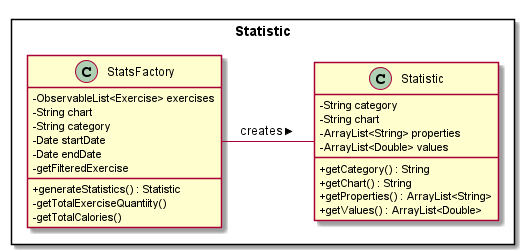
The PlantUML diagram docs/images/StatisticClassDiagram.png in nus-cs2103-AY1920S1/addressbook-level3, before a commit. Its source is kept beside it as docs/diagrams/StatisticClassDiagram.puml.
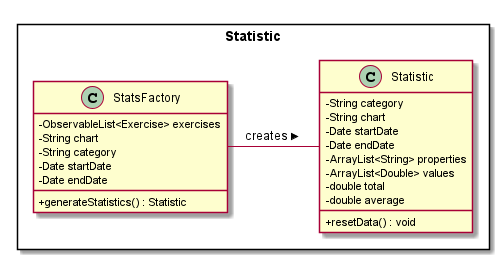
Above is the later version.

What changed in the source:
```diff
@@ -14,20 +14,18 @@
     -Date startDate
     -Date endDate
     +generateStatistics() : Statistic
-    -getTotalExerciseQuantiity()
-    -getTotalCalories()
-    -getFilteredExercise
 }
 
 class Statistic {
     -String category
     -String chart
+    -Date startDate
+    -Date endDate
     -ArrayList<String> properties
     -ArrayList<Double> values
-    +getCategory() : String
-    +getChart() : String
-    +getProperties() : ArrayList<String>
-    +getValues() : ArrayList<Double>
+    -double total
+    -double average
+    +resetData() : void
 }
 
 @enduml
```
